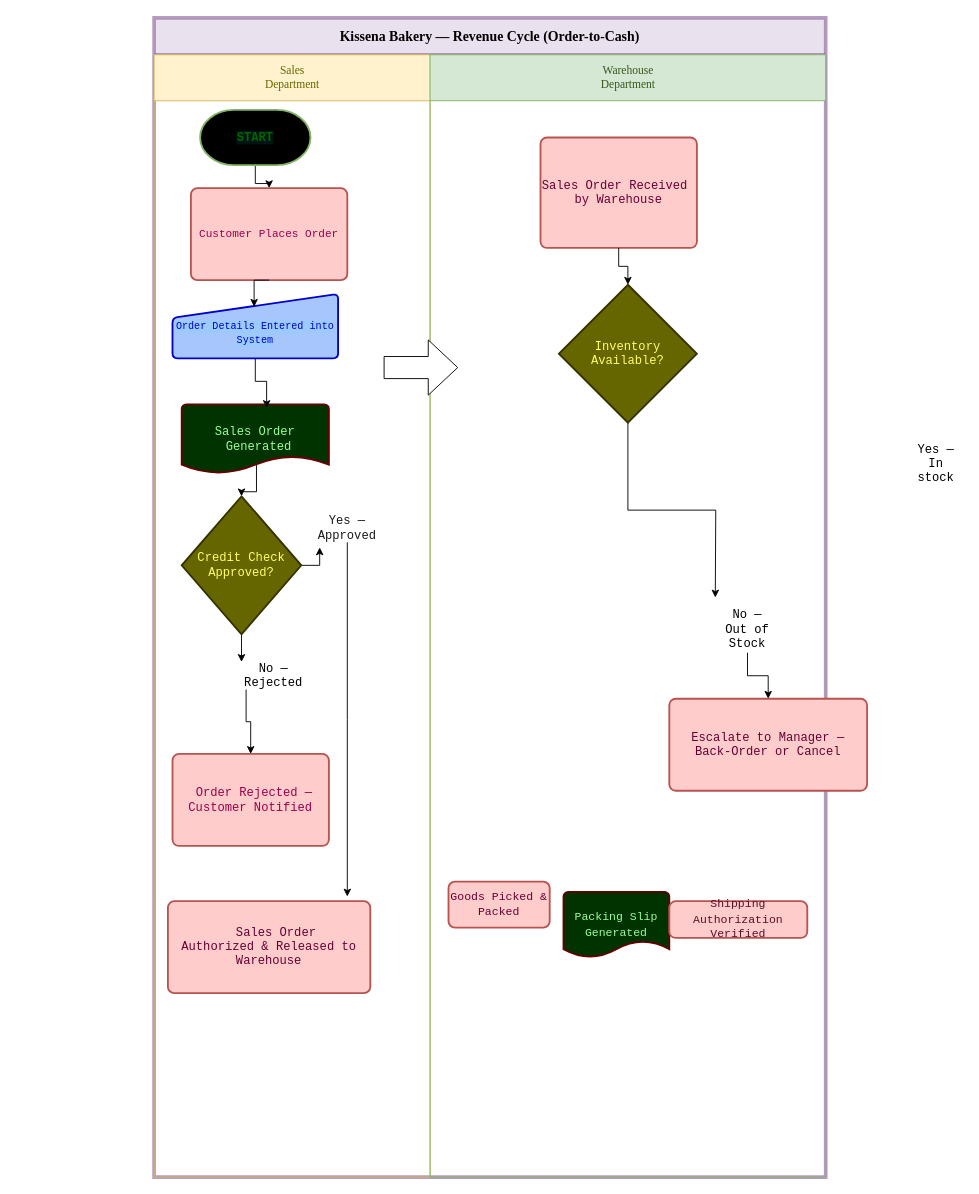
Before: page "Page-1" (1 of 2) of Revenue_Cycle_Controls.drawio in Qasem90/drawio, a draw.io diagram. Source tidied: cells renumbered, new cells numbered last; positions are measured from the earlier drawing's top-left corner, leaving out a move shared by most shapes. Both pictures are drawn from the tidied source at 92%, with x=0, y=0 at pixel (154, 17).
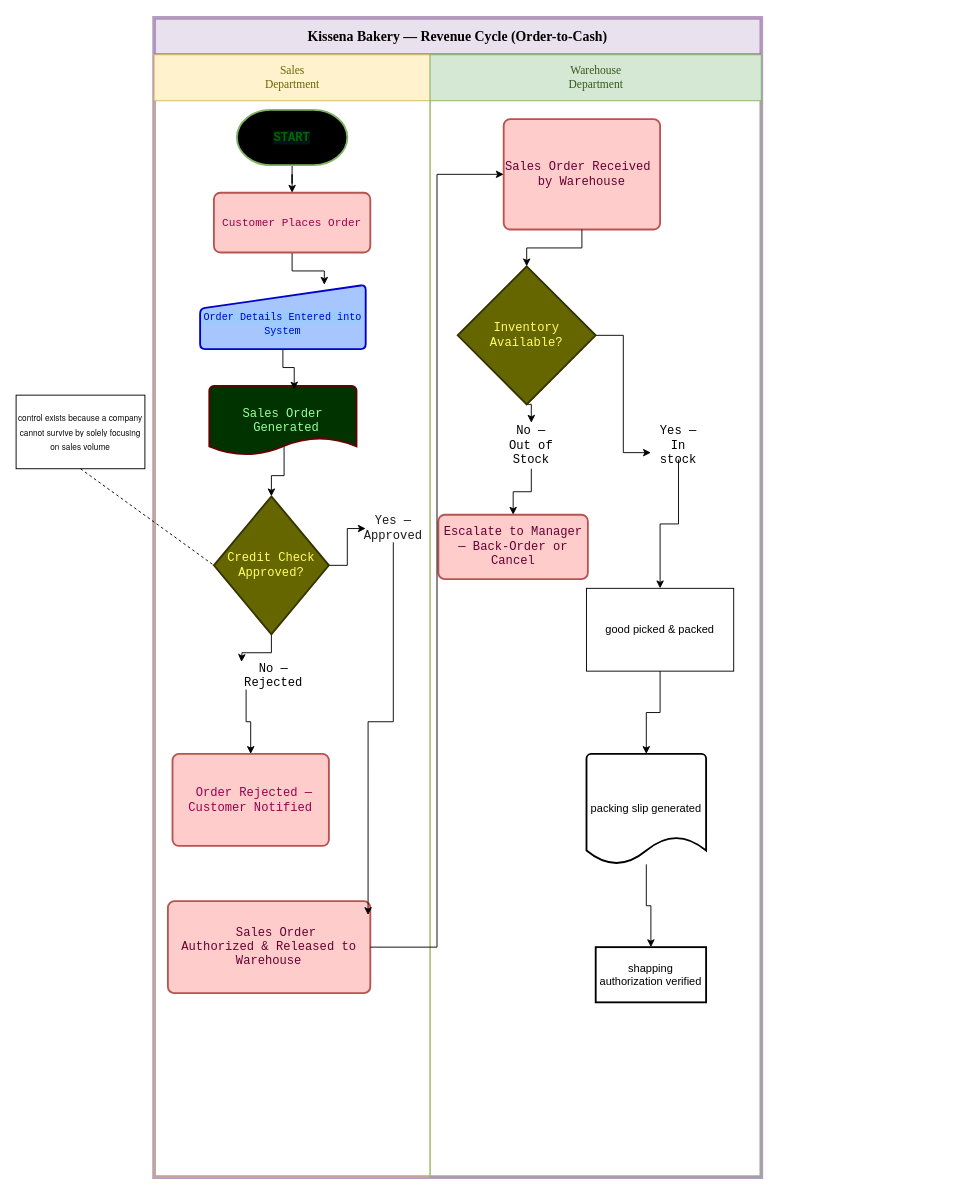
The same page after the edit.

The change refers to these unchanged cells:
```xml
<mxCell id="3" value="&lt;span style=&quot;font-weight: 400; text-align: start; white-space: normal; caret-color: rgb(0, 245, 255); font-size: 12.512px; color: rgb(102, 102, 0);&quot;&gt;&lt;font face=&quot;Times New Roman&quot;&gt;Sales Department&lt;/font&gt;&lt;/span&gt;" style="swimlane;startSize=50;html=1;fillColor=#fff2cc;strokeColor=#d6b656;" parent="2" vertex="1">
  <mxGeometry y="40" width="300" height="1220" as="geometry" />
</mxCell>
<mxCell id="20" value="&lt;span style=&quot;caret-color: rgb(0, 245, 255); font-family: &amp;quot;Share Tech Mono&amp;quot;, monospace; font-size: 13.192px; color: light-dark(rgb(102, 0, 51), rgb(130, 196, 217));&quot;&gt;&amp;nbsp; &amp;nbsp; &amp;nbsp; Sales Order &amp;nbsp; &amp;nbsp; Authorized &amp;amp; Released to Warehouse&lt;/span&gt;" style="rounded=1;whiteSpace=wrap;html=1;absoluteArcSize=1;arcSize=14;strokeWidth=2;fillColor=#FFCCCC;strokeColor=#b85450;" parent="3" vertex="1">
  <mxGeometry x="15" y="920" width="220" height="100" as="geometry" />
</mxCell>
```

The edit, as a diff of the source:
```diff
@@
     <mxCell id="2" value="&lt;span style=&quot;white-space: normal; caret-color: rgb(0, 245, 255); color: rgb(0, 0, 0);&quot;&gt;&lt;b&gt;Kissena Bakery — Revenue Cycle (Order-to-Cash)&lt;/b&gt;&lt;/span&gt;" style="swimlane;startSize=40;html=1;swimlaneFillColor=none;fillColor=#e1d5e7;strokeWidth=4;opacity=70;fontStyle=0;fontFamily=Times New Roman;align=center;fontSize=15;textDirection=ltr;labelBackgroundColor=none;whiteSpace=wrap;convertToSvg=1;svgWhiteSpace=wrap;strokeColor=#9673a6;" parent="1" vertex="1">
-      <mxGeometry width="730" height="1260" as="geometry" />
+      <mxGeometry width="660" height="1260" as="geometry" />
     </mxCell>
@@
     <mxCell id="5" value="&lt;span style=&quot;text-align: start; caret-color: rgb(0, 245, 255); font-family: &amp;quot;Share Tech Mono&amp;quot;, monospace; font-size: 13.192px; background-color: rgba(0, 245, 255, 0.08); color: rgb(0, 102, 0);&quot;&gt;&lt;b&gt;START&lt;/b&gt;&lt;/span&gt;" style="strokeWidth=2;html=1;shape=mxgraph.flowchart.terminator;whiteSpace=wrap;fillColor=#d5e8d4;strokeColor=#82b366;gradientColor=light-dark(#b1dd8c, #ededed);" parent="3" vertex="1">
-      <mxGeometry x="50" y="60" width="120" height="60" as="geometry" />
+      <mxGeometry x="90" y="60" width="120" height="60" as="geometry" />
     </mxCell>
+    <mxCell id="8" style="edgeStyle=orthogonalEdgeStyle;rounded=0;jettySize=auto;html=1;exitX=0.5;exitY=1;exitDx=0;exitDy=0;entryX=0.75;entryY=0;entryDx=0;entryDy=0;" parent="3" edge="1" source="6" target="7">
+      <mxGeometry relative="1" as="geometry" />
+    </mxCell>
     <mxCell id="6" value="&lt;span style=&quot;text-align: start; caret-color: rgb(0, 245, 255); font-family: &amp;quot;Share Tech Mono&amp;quot;, monospace; color: light-dark(rgb(153, 0, 77), rgb(12, 33, 0));&quot;&gt;&lt;font&gt;Customer Places Order&lt;/font&gt;&lt;/span&gt;" style="rounded=1;whiteSpace=wrap;html=1;absoluteArcSize=1;arcSize=14;strokeWidth=2;fillColor=#FFCCCC;strokeColor=#b85450;" parent="3" vertex="1">
-      <mxGeometry x="40" y="145" width="170" height="100" as="geometry" />
+      <mxGeometry x="65" y="150" width="170" height="65" as="geometry" />
     </mxCell>
     <mxCell id="7" value="&lt;div&gt;&lt;span style=&quot;text-align: start; caret-color: rgb(0, 245, 255); font-family: &amp;quot;Share Tech Mono&amp;quot;, monospace; background-color: rgba(0, 245, 255, 0.08); color: rgb(0, 0, 204);&quot;&gt;&lt;font style=&quot;font-size: 11px;&quot;&gt;&lt;br&gt;&lt;/font&gt;&lt;/span&gt;&lt;/div&gt;&lt;span style=&quot;text-align: start; caret-color: rgb(0, 245, 255); font-family: &amp;quot;Share Tech Mono&amp;quot;, monospace; background-color: rgba(0, 245, 255, 0.08); color: rgb(0, 0, 204);&quot;&gt;&lt;font style=&quot;font-size: 11px;&quot;&gt;Order Details Entered into System&lt;/font&gt;&lt;/span&gt;" style="html=1;strokeWidth=2;shape=manualInput;whiteSpace=wrap;rounded=1;size=26;arcSize=11;strokeColor=#0000CC;gradientColor=none;fillColor=light-dark(#a8c6fe, #ededed);" parent="3" vertex="1">
-      <mxGeometry x="20" y="260" width="180" height="70" as="geometry" />
+      <mxGeometry x="50" y="250" width="180" height="70" as="geometry" />
     </mxCell>
-    <mxCell id="8" style="edgeStyle=orthogonalEdgeStyle;rounded=0;jettySize=auto;html=1;exitX=0.5;exitY=1;exitDx=0;exitDy=0;entryX=0.493;entryY=0.2;entryDx=0;entryDy=0;entryPerimeter=0;" parent="3" edge="1" source="6" target="7">
-      <mxGeometry relative="1" as="geometry" />
-    </mxCell>
@@
     <mxCell id="10" value="&lt;span style=&quot;text-align: start; caret-color: rgb(0, 245, 255); font-family: &amp;quot;Share Tech Mono&amp;quot;, monospace; font-size: 13.192px; color: rgb(153, 255, 153);&quot;&gt;&amp;nbsp; Sales Order &amp;nbsp; &amp;nbsp;Generated&lt;/span&gt;" style="strokeWidth=2;html=1;shape=mxgraph.flowchart.document2;whiteSpace=wrap;size=0.25;strokeColor=#660000;gradientColor=none;gradientDirection=west;fillColor=#003300;" parent="3" vertex="1">
-      <mxGeometry x="30" y="380" width="160" height="75" as="geometry" />
+      <mxGeometry x="60" y="360" width="160" height="75" as="geometry" />
     </mxCell>
@@
-    <mxCell id="12" style="edgeStyle=orthogonalEdgeStyle;rounded=0;jettySize=auto;html=1;" parent="3" edge="1" source="14">
-      <mxGeometry relative="1" as="geometry">
-        <mxPoint x="180" y="535" as="targetPoint" />
-      </mxGeometry>
-    </mxCell>
@@
+    <mxCell id="34" style="edgeStyle=orthogonalEdgeStyle;rounded=0;jettySize=auto;html=1;" parent="3" edge="1" source="14" target="16">
+      <mxGeometry relative="1" as="geometry" />
+    </mxCell>
     <mxCell id="14" value="&lt;span style=&quot;caret-color: rgb(0, 245, 255); font-family: &amp;quot;Share Tech Mono&amp;quot;, monospace; font-size: 13.192px; color: rgb(255, 255, 102);&quot;&gt;Credit Check Approved?&lt;/span&gt;" style="strokeWidth=2;html=1;shape=mxgraph.flowchart.decision;whiteSpace=wrap;align=center;strokeColor=#333300;fillColor=#666600;" parent="3" vertex="1">
-      <mxGeometry x="30" y="480" width="130" height="150" as="geometry" />
+      <mxGeometry x="65" y="480" width="125" height="150" as="geometry" />
     </mxCell>
-    <mxCell id="15" style="edgeStyle=orthogonalEdgeStyle;rounded=0;jettySize=auto;html=1;exitX=0.5;exitY=1;exitDx=0;exitDy=0;entryX=1;entryY=0.25;entryDx=0;entryDy=0;" parent="3" edge="1" source="16">
-      <mxGeometry relative="1" as="geometry">
-        <mxPoint x="210" y="915" as="targetPoint" />
-      </mxGeometry>
-    </mxCell>
     <mxCell id="16" value="&lt;span style=&quot;text-align: start; caret-color: rgb(0, 245, 255); font-family: &amp;quot;Share Tech Mono&amp;quot;, monospace; font-size: 13.192px; color: rgb(26, 26, 26);&quot;&gt;Yes — Approved&lt;/span&gt;" style="text;html=1;whiteSpace=wrap;strokeColor=none;fillColor=none;align=center;verticalAlign=middle;rounded=0;" parent="3" vertex="1">
-      <mxGeometry x="180" y="500" width="60" height="30" as="geometry" />
+      <mxGeometry x="230" y="500" width="60" height="30" as="geometry" />
     </mxCell>
@@
+    <mxCell id="35" style="edgeStyle=orthogonalEdgeStyle;rounded=0;orthogonalLoop=1;jettySize=auto;html=1;exitX=0.5;exitY=1;exitDx=0;exitDy=0;" parent="3" edge="1" source="6" target="6">
+      <mxGeometry relative="1" as="geometry" />
+    </mxCell>
+    <mxCell id="36" style="edgeStyle=orthogonalEdgeStyle;rounded=0;jettySize=auto;html=1;exitX=0.5;exitY=1;exitDx=0;exitDy=0;entryX=0.989;entryY=0.151;entryDx=0;entryDy=0;entryPerimeter=0;" parent="3" edge="1" source="16" target="20">
+      <mxGeometry relative="1" as="geometry" />
+    </mxCell>
     <mxCell id="21" value="&lt;p&gt;&lt;span style=&quot;font-weight: 400; text-align: start; white-space: normal; caret-color: rgb(0, 245, 255); font-size: 12.512px; color: light-dark(rgb(56, 87, 26), rgb(0, 115, 123));&quot;&gt;&lt;font face=&quot;Times New Roman&quot;&gt;Warehouse Department&lt;/font&gt;&lt;/span&gt;&lt;/p&gt;" style="swimlane;startSize=50;html=1;fillColor=#d5e8d4;strokeColor=#82b366;" parent="2" vertex="1">
-      <mxGeometry x="300" y="40" width="430" height="1220" as="geometry" />
+      <mxGeometry x="300" y="40" width="360" height="1220" as="geometry" />
     </mxCell>
-    <mxCell id="22" style="shape=singleArrow;whiteSpace=wrap;html=1;arrowWidth=0.4;arrowSize=0.4;" parent="21" vertex="1">
-      <mxGeometry x="-50" y="310" width="80" height="60" as="geometry" />
-    </mxCell>
     <mxCell id="23" value="&lt;span style=&quot;caret-color: rgb(0, 245, 255); font-family: &amp;quot;Share Tech Mono&amp;quot;, monospace; font-size: 13.192px; color: rgb(102, 0, 51);&quot;&gt;Sales Order Received&amp;nbsp;&lt;/span&gt;&lt;div&gt;&lt;span style=&quot;caret-color: rgb(0, 245, 255); font-family: &amp;quot;Share Tech Mono&amp;quot;, monospace; font-size: 13.192px; color: rgb(102, 0, 51);&quot;&gt;by Warehouse&lt;/span&gt;&lt;/div&gt;" style="rounded=1;whiteSpace=wrap;html=1;absoluteArcSize=1;arcSize=14;strokeWidth=2;fillColor=#FFCCCC;strokeColor=#b85450;align=center;" parent="21" vertex="1">
-      <mxGeometry x="120" y="90" width="170" height="120" as="geometry" />
+      <mxGeometry x="80" y="70" width="170" height="120" as="geometry" />
     </mxCell>
-    <mxCell id="24" style="edgeStyle=orthogonalEdgeStyle;rounded=0;jettySize=auto;html=1;exitX=0.5;exitY=1;exitDx=0;exitDy=0;exitPerimeter=0;" parent="21" edge="1" source="25">
-      <mxGeometry relative="1" as="geometry">
-        <mxPoint x="310" y="590" as="targetPoint" />
-      </mxGeometry>
-    </mxCell>
+    <mxCell id="37" style="edgeStyle=orthogonalEdgeStyle;rounded=0;jettySize=auto;html=1;exitX=0.5;exitY=1;exitDx=0;exitDy=0;exitPerimeter=0;entryX=0.5;entryY=0;entryDx=0;entryDy=0;" parent="21" edge="1" source="25" target="28">
+      <mxGeometry relative="1" as="geometry" />
+    </mxCell>
+    <mxCell id="38" style="edgeStyle=orthogonalEdgeStyle;rounded=0;jettySize=auto;html=1;entryX=0;entryY=0.75;entryDx=0;entryDy=0;" parent="21" edge="1" source="25" target="26">
+      <mxGeometry relative="1" as="geometry" />
+    </mxCell>
     <mxCell id="25" value="&lt;span style=&quot;caret-color: rgb(0, 245, 255); font-family: &amp;quot;Share Tech Mono&amp;quot;, monospace; font-size: 13.192px; color: rgb(255, 255, 102);&quot;&gt;Inventory Available?&lt;/span&gt;" style="strokeWidth=2;html=1;shape=mxgraph.flowchart.decision;whiteSpace=wrap;align=center;strokeColor=#333300;fillColor=#666600;" parent="21" vertex="1">
-      <mxGeometry x="140" y="250" width="150" height="150" as="geometry" />
+      <mxGeometry x="30" y="230" width="150" height="150" as="geometry" />
     </mxCell>
-    <mxCell id="26" value="&lt;span style=&quot;text-align: start; caret-color: rgb(0, 245, 255); font-family: &amp;quot;Share Tech Mono&amp;quot;, monospace; font-size: 13.192px; color: rgb(0, 0, 0);&quot;&gt;Yes — In stock&lt;/span&gt;" style="text;html=1;whiteSpace=wrap;strokeColor=none;fillColor=none;align=center;verticalAlign=middle;rounded=0;" parent="21" vertex="1">
-      <mxGeometry x="520" y="430" width="60" height="30" as="geometry" />
-    </mxCell>
@@
     <mxCell id="28" value="&lt;span style=&quot;text-align: start; caret-color: rgb(0, 245, 255); font-family: &amp;quot;Share Tech Mono&amp;quot;, monospace; font-size: 13.192px; color: rgb(0, 0, 0);&quot;&gt;No — Out of Stock&lt;/span&gt;" style="text;html=1;whiteSpace=wrap;strokeColor=none;fillColor=none;align=center;verticalAlign=middle;rounded=0;" parent="21" vertex="1">
-      <mxGeometry x="315" y="600" width="60" height="50" as="geometry" />
+      <mxGeometry x="80" y="400" width="60" height="50" as="geometry" />
     </mxCell>
@@
-    <mxCell id="30" value="&lt;span style=&quot;caret-color: rgb(0, 245, 255); font-family: &amp;quot;Share Tech Mono&amp;quot;, monospace; font-size: 12.512px; color: rgb(153, 255, 153);&quot;&gt;Packing Slip Generated&lt;/span&gt;" style="strokeWidth=2;html=1;shape=mxgraph.flowchart.document2;whiteSpace=wrap;size=0.25;strokeColor=#660000;gradientColor=none;gradientDirection=west;fillColor=#003300;" parent="21" vertex="1">
-      <mxGeometry x="145" y="910" width="115" height="71.2" as="geometry" />
-    </mxCell>
     <mxCell id="31" value="&lt;span style=&quot;caret-color: rgb(0, 245, 255); font-family: &amp;quot;Share Tech Mono&amp;quot;, monospace; font-size: 13.192px; color: rgb(102, 0, 51);&quot;&gt;Escalate to Manager — Back-Order or Cancel&lt;/span&gt;" style="rounded=1;whiteSpace=wrap;html=1;absoluteArcSize=1;arcSize=14;strokeWidth=2;fillColor=#FFCCCC;strokeColor=#b85450;" parent="21" vertex="1">
-      <mxGeometry x="260" y="700" width="215" height="100" as="geometry" />
+      <mxGeometry x="9" y="500" width="162.5" height="70" as="geometry" />
     </mxCell>
-    <mxCell id="32" value="&lt;span style=&quot;caret-color: rgb(0, 245, 255); font-family: &amp;quot;Share Tech Mono&amp;quot;, monospace; font-size: 12.512px; color: rgb(102, 0, 51);&quot;&gt;Goods Picked &amp;amp; Packed&lt;/span&gt;" style="rounded=1;whiteSpace=wrap;html=1;absoluteArcSize=1;arcSize=14;strokeWidth=2;fillColor=#FFCCCC;strokeColor=#b85450;" parent="21" vertex="1">
-      <mxGeometry x="20" y="898.8" width="110" height="50" as="geometry" />
-    </mxCell>
-    <mxCell id="33" value="&lt;span style=&quot;caret-color: rgb(0, 245, 255); font-family: &amp;quot;Share Tech Mono&amp;quot;, monospace; font-size: 12.512px; color: light-dark(rgb(86, 16, 41), rgb(24, 24, 0));&quot;&gt;Shipping Authorization Verified&lt;/span&gt;" style="rounded=1;whiteSpace=wrap;html=1;absoluteArcSize=1;arcSize=14;strokeWidth=2;fillColor=#FFCCCC;strokeColor=#b85450;" parent="21" vertex="1">
-      <mxGeometry x="260" y="920" width="150" height="40" as="geometry" />
-    </mxCell>
+    <mxCell id="39" style="edgeStyle=orthogonalEdgeStyle;rounded=0;jettySize=auto;html=1;" parent="21" edge="1" source="26" target="40">
+      <mxGeometry relative="1" as="geometry" />
+    </mxCell>
+    <mxCell id="26" value="&lt;span style=&quot;text-align: start; caret-color: rgb(0, 245, 255); font-family: &amp;quot;Share Tech Mono&amp;quot;, monospace; font-size: 13.192px; color: rgb(0, 0, 0);&quot;&gt;Yes — In stock&lt;/span&gt;" style="text;html=1;whiteSpace=wrap;strokeColor=none;fillColor=none;align=center;verticalAlign=middle;rounded=0;" parent="21" vertex="1">
+      <mxGeometry x="240" y="410" width="60" height="30" as="geometry" />
+    </mxCell>
+    <mxCell id="40" value="good picked &amp;amp; packed" style="whiteSpace=wrap;html=1;" parent="21" vertex="1">
+      <mxGeometry x="170" y="580" width="160" height="90" as="geometry" />
+    </mxCell>
+    <mxCell id="41" style="edgeStyle=orthogonalEdgeStyle;rounded=0;jettySize=auto;html=1;" parent="21" edge="1" source="42" target="44">
+      <mxGeometry relative="1" as="geometry" />
+    </mxCell>
+    <mxCell id="42" value="packing slip generated" style="strokeWidth=2;html=1;shape=mxgraph.flowchart.document2;whiteSpace=wrap;size=0.25;" parent="21" vertex="1">
+      <mxGeometry x="170" y="760" width="130" height="120" as="geometry" />
+    </mxCell>
+    <mxCell id="43" style="edgeStyle=orthogonalEdgeStyle;rounded=0;jettySize=auto;html=1;exitX=0.5;exitY=1;exitDx=0;exitDy=0;entryX=0.5;entryY=0;entryDx=0;entryDy=0;entryPerimeter=0;" parent="21" edge="1" source="40" target="42">
+      <mxGeometry relative="1" as="geometry" />
+    </mxCell>
+    <mxCell id="44" value="shapping authorization verified" style="whiteSpace=wrap;html=1;strokeWidth=2;" parent="21" vertex="1">
+      <mxGeometry x="180" y="970" width="120" height="60" as="geometry" />
+    </mxCell>
+    <mxCell id="45" style="edgeStyle=orthogonalEdgeStyle;rounded=0;jettySize=auto;html=1;exitX=1;exitY=0.5;exitDx=0;exitDy=0;entryX=0;entryY=0.5;entryDx=0;entryDy=0;" parent="2" edge="1" source="20" target="23">
+      <mxGeometry relative="1" as="geometry" />
+    </mxCell>
+    <mxCell id="46" value="&lt;span style=&quot;font-weight: 400; text-align: start; caret-color: rgb(10, 10, 10); color: rgb(10, 10, 10); font-family: &amp;quot;Google Sans&amp;quot;, &amp;quot;Helvetica Neue&amp;quot;, sans-serif; background-color: rgb(255, 255, 255);&quot;&gt;&lt;font style=&quot;font-size: 9px;&quot;&gt;control exists because a company cannot survive by solely focusing on sales volume&lt;/font&gt;&lt;/span&gt;" style="rounded=0;whiteSpace=wrap;html=1;align=center;verticalAlign=middle;fontFamily=Helvetica;fontSize=12;fontStyle=1;" parent="1" vertex="1">
+      <mxGeometry x="-150" y="410" width="140" height="80" as="geometry" />
+    </mxCell>
+    <mxCell id="47" style="endArrow=none;dashed=1;html=1;rounded=0;fontFamily=Helvetica;fontSize=12;fontColor=default;fontStyle=1;entryX=0;entryY=0.5;entryDx=0;entryDy=0;entryPerimeter=0;exitX=0.5;exitY=1;exitDx=0;exitDy=0;" parent="1" edge="1" source="46" target="14">
+      <mxGeometry relative="1" as="geometry" />
+    </mxCell>
```
